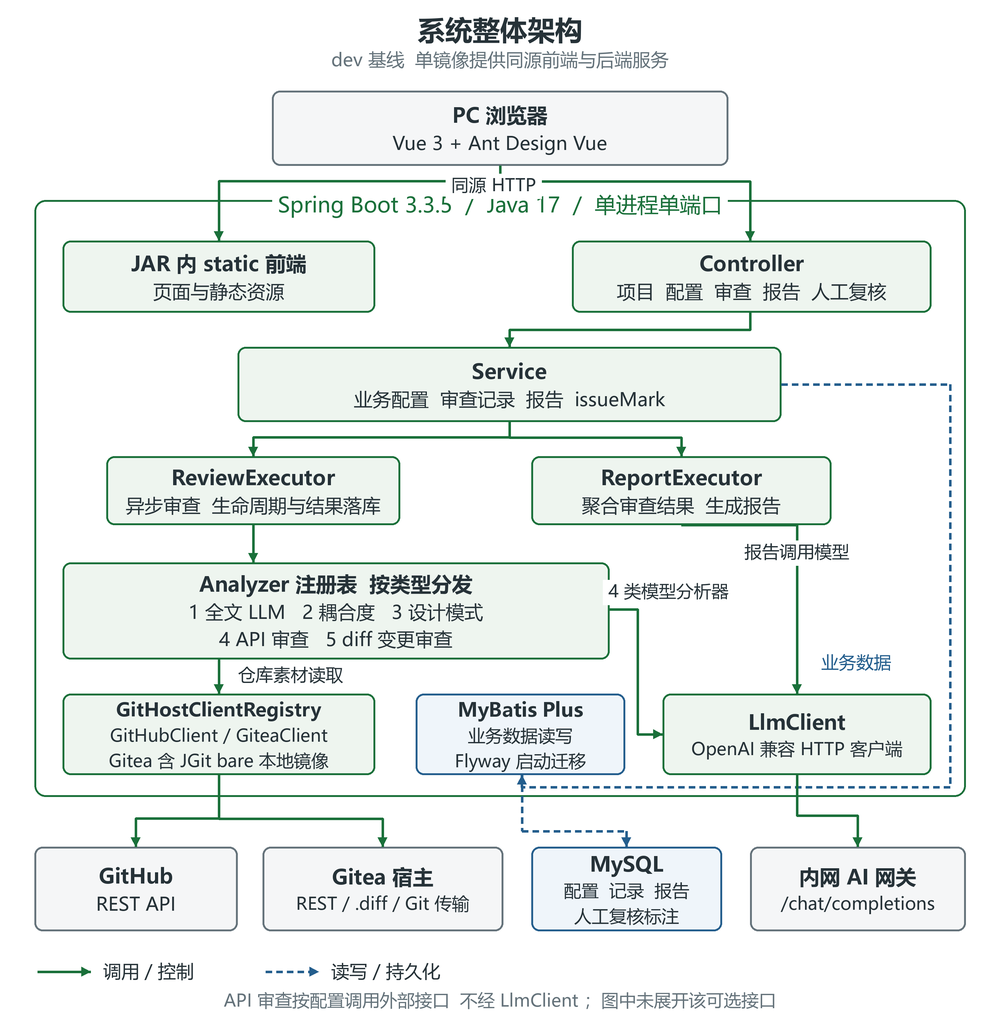
The Mermaid diagram docs/delivery/dev-20261013/figures/architecture.png in bakemonoingithub/codereview, before a commit. Its source is kept beside it as docs/delivery/dev-20261013/figures/architecture.mmd. Its diagram source:
```mermaid
flowchart TB
  PC["PC 浏览器<br/>Vue 3 + Ant Design Vue"]
  subgraph APP["Spring Boot 3.3.5 / Java 17 / 单进程单端口"]
    STATIC["JAR 内 static 前端<br/>页面与静态资源"]
    C["Controller<br/>项目 配置 审查 报告 人工复核"]
    S["Service<br/>业务配置 审查记录 报告 issueMark"]
    RE["ReviewExecutor<br/>异步审查 生命周期与结果落库"]
    RPE["ReportExecutor<br/>聚合审查结果 生成报告"]
    A["Analyzer 注册表 按类型分发<br/>1 全文 LLM / 2 耦合度 / 3 设计模式<br/>4 API 审查 / 5 diff 变更审查"]
    G["GitHostClientRegistry<br/>GitHubClient / GiteaClient<br/>Gitea 含 JGit bare 本地镜像"]
    MP["MyBatis Plus 业务数据读写<br/>Flyway 启动迁移"]
    L["LlmClient<br/>OpenAI 兼容 HTTP 客户端"]
    PC -->|同源 HTTP| STATIC
    PC -->|同源 HTTP REST API| C
    C --> S
    S --> RE
    S --> RPE
    RE --> A
    A -->|仓库素材读取| G
    A -->|4 类模型分析器| L
    RPE -->|报告调用模型| L
    S -.->|业务数据读写| MP
  end
  GH["GitHub REST API"]
  GT["Gitea 宿主<br/>REST / .diff / Git 传输"]
  DB[("MySQL<br/>配置 记录 报告 人工复核标注")]
  AI["内网 AI 网关<br/>/chat/completions"]
  G --> GH
  G --> GT
  MP -.-> DB
  L --> AI
  NOTE["API 审查按配置调用外部接口<br/>不经 LlmClient 本图未展开该可选接口"]
  classDef app fill:#EEF5EF,stroke:#1A703A,color:#263238,stroke-width:2px;
  classDef ext fill:#F5F6F7,stroke:#65737B,color:#263238,stroke-width:2px;
  classDef store fill:#EFF5FA,stroke:#245E8D,color:#263238,stroke-width:2px;
  classDef note fill:#FFFFFF,stroke:#FFFFFF,color:#65737B;
  class STATIC,C,S,RE,RPE,A,G,L app;
  class PC,GH,GT,AI ext;
  class MP,DB store;
  class NOTE note;
  linkStyle default stroke:#1A703A,stroke-width:2px;
  linkStyle 9,12 stroke:#245E8D,stroke-width:2px,stroke-dasharray:6 4;
```
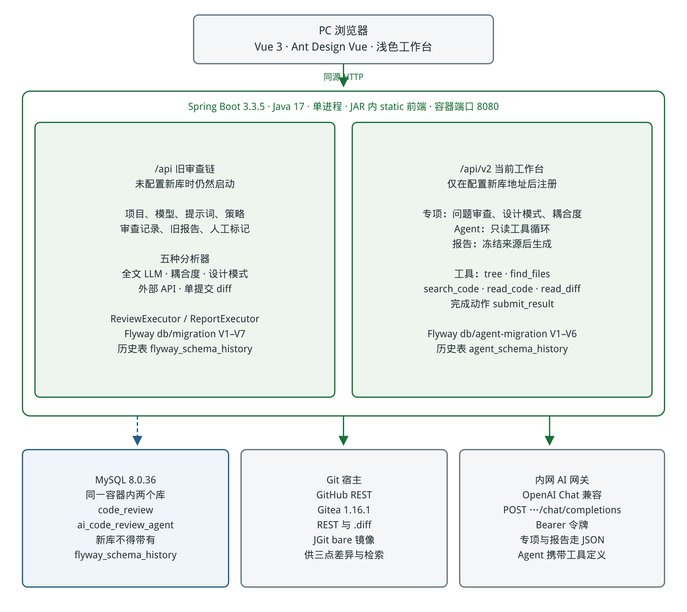
Later version of the same file.

Diff of the diagram source:
```diff
@@ -1,42 +1,19 @@
 flowchart TB
   PC["PC 浏览器<br/>Vue 3 + Ant Design Vue"]
-  subgraph APP["Spring Boot 3.3.5 / Java 17 / 单进程单端口"]
-    STATIC["JAR 内 static 前端<br/>页面与静态资源"]
-    C["Controller<br/>项目 配置 审查 报告 人工复核"]
-    S["Service<br/>业务配置 审查记录 报告 issueMark"]
-    RE["ReviewExecutor<br/>异步审查 生命周期与结果落库"]
-    RPE["ReportExecutor<br/>聚合审查结果 生成报告"]
-    A["Analyzer 注册表 按类型分发<br/>1 全文 LLM / 2 耦合度 / 3 设计模式<br/>4 API 审查 / 5 diff 变更审查"]
-    G["GitHostClientRegistry<br/>GitHubClient / GiteaClient<br/>Gitea 含 JGit bare 本地镜像"]
-    MP["MyBatis Plus 业务数据读写<br/>Flyway 启动迁移"]
-    L["LlmClient<br/>OpenAI 兼容 HTTP 客户端"]
-    PC -->|同源 HTTP| STATIC
-    PC -->|同源 HTTP REST API| C
-    C --> S
-    S --> RE
-    S --> RPE
-    RE --> A
-    A -->|仓库素材读取| G
-    A -->|4 类模型分析器| L
-    RPE -->|报告调用模型| L
-    S -.->|业务数据读写| MP
+  subgraph APP["Spring Boot 3.3.5 / Java 17 / 单进程"]
+    STATIC["JAR 内 static 前端"]
+    OLD["/api 旧审查链<br/>五种分析器<br/>Flyway db/migration"]
+    NEW["/api/v2 当前工作台<br/>专项 + Agent 工具循环<br/>Flyway db/agent-migration"]
+    PC --> STATIC
+    PC --> OLD
+    PC --> NEW
   end
-  GH["GitHub REST API"]
-  GT["Gitea 宿主<br/>REST / .diff / Git 传输"]
-  DB[("MySQL<br/>配置 记录 报告 人工复核标注")]
-  AI["内网 AI 网关<br/>/chat/completions"]
-  G --> GH
-  G --> GT
-  MP -.-> DB
-  L --> AI
-  NOTE["API 审查按配置调用外部接口<br/>不经 LlmClient 本图未展开该可选接口"]
-  classDef app fill:#EEF5EF,stroke:#1A703A,color:#263238,stroke-width:2px;
-  classDef ext fill:#F5F6F7,stroke:#65737B,color:#263238,stroke-width:2px;
-  classDef store fill:#EFF5FA,stroke:#245E8D,color:#263238,stroke-width:2px;
-  classDef note fill:#FFFFFF,stroke:#FFFFFF,color:#65737B;
-  class STATIC,C,S,RE,RPE,A,G,L app;
-  class PC,GH,GT,AI ext;
-  class MP,DB store;
-  class NOTE note;
-  linkStyle default stroke:#1A703A,stroke-width:2px;
-  linkStyle 9,12 stroke:#245E8D,stroke-width:2px,stroke-dasharray:6 4;
+  DB[("MySQL<br/>code_review<br/>ai_code_review_agent")]
+  GIT["GitHub / Gitea<br/>JGit bare 镜像"]
+  AI["AI 网关 /chat/completions"]
+  OLD -.-> DB
+  NEW -.-> DB
+  NEW --> GIT
+  OLD --> GIT
+  NEW --> AI
+  OLD --> AI
```
